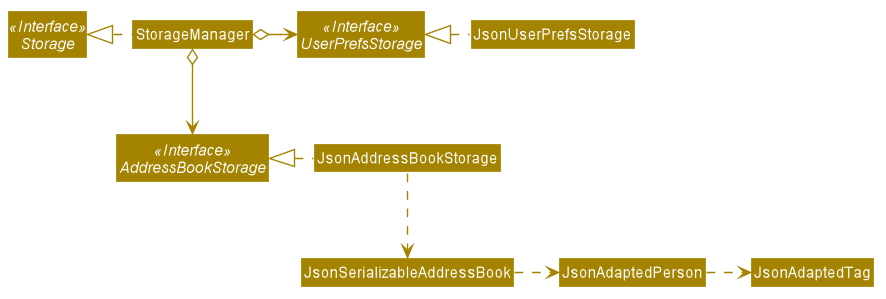
This is docs/images/StorageClassDiagram.png from nus-cs2103-AY2425S1/tp, a PlantUML export, as it was before one commit. Source of this version:
```plantuml
@startuml








skinparam BackgroundColor #FFFFFFF

skinparam Shadowing false

skinparam Class {
    FontColor #FFFFFF
    BorderThickness 1
    BorderColor #FFFFFF
    StereotypeFontColor #FFFFFF
    FontName Arial
}

skinparam Actor {
    BorderColor #000000
    Color #000000
    FontName Arial
}

skinparam Sequence {
    MessageAlign center
    BoxFontSize 15
    BoxPadding 0
    BoxFontColor #FFFFFF
    FontName Arial
}

skinparam Participant {
    FontColor #FFFFFFF
    Padding 20
}

skinparam MinClassWidth 50
skinparam ParticipantPadding 10
skinparam Shadowing false
skinparam DefaultTextAlignment center
skinparam packageStyle Rectangle

hide footbox
hide members
hide circle
skinparam arrowThickness 1.1
skinparam arrowColor #A38300
skinparam classBackgroundColor #A38300

Interface Storage <<Interface>>
Interface UserPrefsStorage <<Interface>>
Interface AddressBookStorage <<Interface>>

Class StorageManager
Class JsonUserPrefsStorage
Class JsonAddressBookStorage

StorageManager .left.|> Storage
StorageManager o-right-> UserPrefsStorage
StorageManager o--> AddressBookStorage

JsonUserPrefsStorage .left.|> UserPrefsStorage
JsonAddressBookStorage .left.|> AddressBookStorage
JsonAddressBookStorage .down.> JsonSerializableAddressBook
JsonSerializableAddressBook .right.> JsonAdaptedPerson
JsonAdaptedPerson .right.> JsonAdaptedTag
@enduml
```
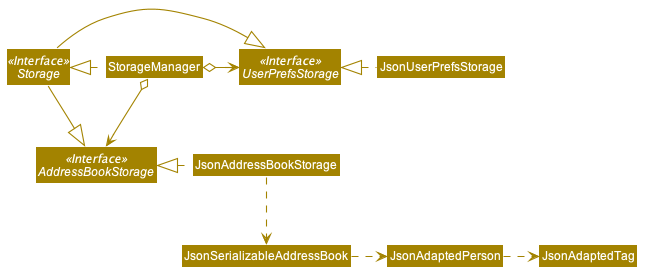
The same diagram one commit later.

Commit message:
DG: Add missing inheritances in Storage class diagram (#91)

Let's update the Storage class diagram of the DG to show that the interface
`Storage` inherits from interfaces `UserPrefsStorage` and `AddressBookStorage`.

The edit, as a diff of the source:
```diff
@@ -63,6 +63,9 @@
 StorageManager o-right-> UserPrefsStorage
 StorageManager o--> AddressBookStorage
 
+Storage -|> UserPrefsStorage
+Storage -|> AddressBookStorage
+
 JsonUserPrefsStorage .left.|> UserPrefsStorage
 JsonAddressBookStorage .left.|> AddressBookStorage
 JsonAddressBookStorage .down.> JsonSerializableAddressBook
```
